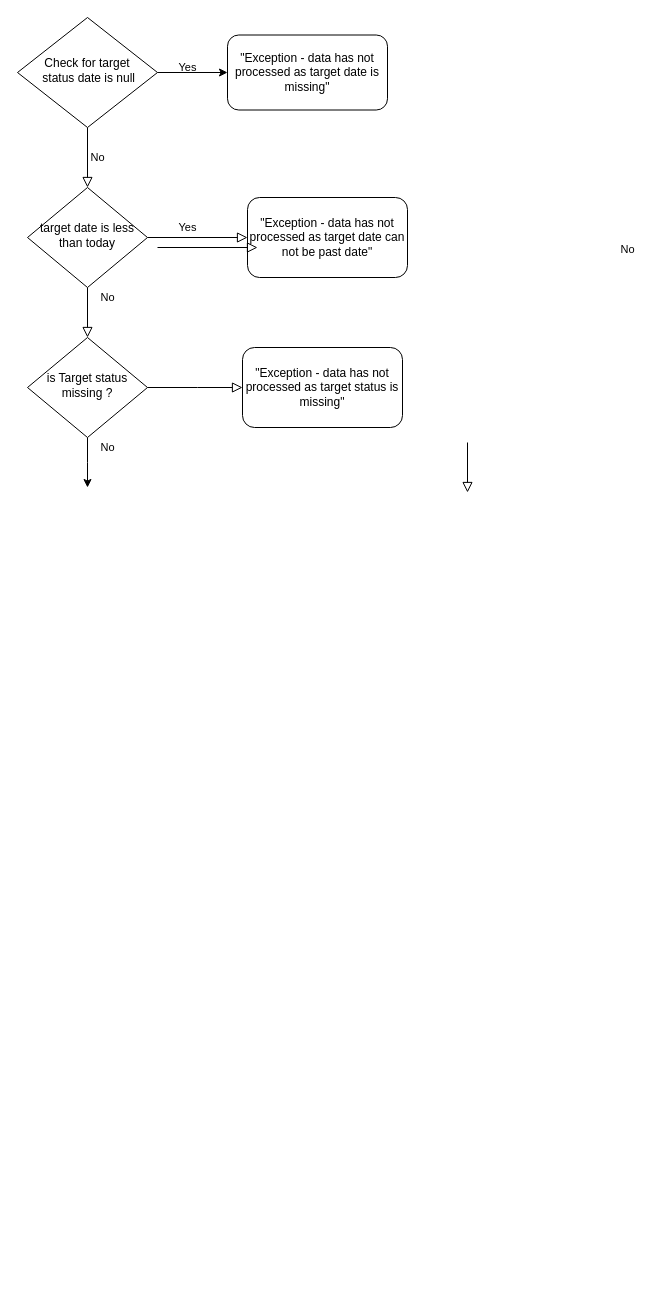
This is Contract_backlog.drawio from pkochar263/Sending-Emails-to-multiple-people, a draw.io file, before an edit. Source tidied: cells renumbered, new cells numbered last; positions are measured from the earlier drawing's top-left corner, leaving out a move shared by most shapes. Both pictures are drawn from the tidied source at 100%, with x=0, y=0 at pixel (17, 17).
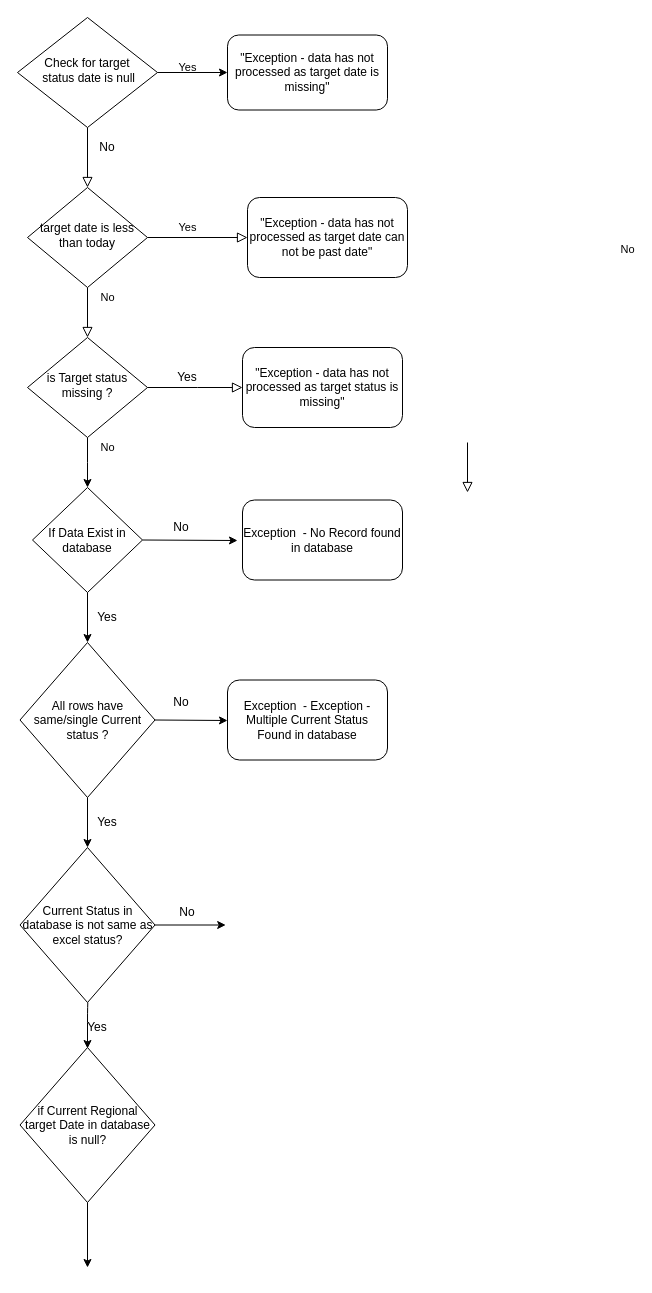
The same page after the edit.

Unchanged cells that the change refers to:
```xml
<mxCell id="11" value="is Target status missing ?" style="rhombus;whiteSpace=wrap;html=1;shadow=0;fontFamily=Helvetica;fontSize=12;align=center;strokeWidth=1;spacing=6;spacingTop=-4;" parent="1" vertex="1">
  <mxGeometry x="10" y="320" width="120" height="100" as="geometry" />
</mxCell>
<mxCell id="14" value="&quot;Exception - data has not processed as target status is missing&quot;" style="rounded=1;whiteSpace=wrap;html=1;fontSize=12;glass=0;strokeWidth=1;shadow=0;" parent="1" vertex="1">
  <mxGeometry x="225" y="330" width="160" height="80" as="geometry" />
</mxCell>
```

Change to the diagram source:
```diff
@@
+    <mxCell id="15" value="No" style="rounded=0;html=1;jettySize=auto;orthogonalLoop=1;fontSize=11;endArrow=block;endFill=0;endSize=8;strokeWidth=1;shadow=0;labelBackgroundColor=none;edgeStyle=orthogonalEdgeStyle;entryX=0.5;entryY=0;entryDx=0;entryDy=0;" parent="1" edge="1">
+      <mxGeometry x="0.08" y="272" relative="1" as="geometry">
+        <mxPoint x="450" y="425" as="sourcePoint" />
+        <mxPoint x="450" y="475" as="targetPoint" />
+        <mxPoint x="-112" y="-220" as="offset" />
+      </mxGeometry>
+    </mxCell>
@@
-    <mxCell id="10" style="edgeStyle=orthogonalEdgeStyle;rounded=0;jettySize=auto;html=1;" parent="1" edge="1" source="11">
-      <mxGeometry relative="1" as="geometry">
-        <mxPoint x="70" y="470" as="targetPoint" />
-      </mxGeometry>
-    </mxCell>
+    <mxCell id="17" style="edgeStyle=orthogonalEdgeStyle;rounded=0;jettySize=auto;html=1;" parent="1" edge="1" source="11">
+      <mxGeometry relative="1" as="geometry">
+        <mxPoint x="70" y="470" as="targetPoint" />
+      </mxGeometry>
+    </mxCell>
@@
-    <mxCell id="13" value="No" style="edgeStyle=orthogonalEdgeStyle;rounded=0;html=1;jettySize=auto;fontSize=11;endArrow=block;endFill=0;endSize=8;strokeWidth=1;shadow=0;labelBackgroundColor=none;" parent="1" edge="1" target="14">
-      <mxGeometry x="-1" y="-72" relative="1" as="geometry">
-        <mxPoint x="130" y="370" as="sourcePoint" />
-        <Array as="points">
-          <mxPoint x="180" y="370" />
-          <mxPoint x="180" y="370" />
-        </Array>
-        <mxPoint x="-40" y="-12" as="offset" />
-      </mxGeometry>
-    </mxCell>
+    <mxCell id="18" value="No" style="edgeStyle=orthogonalEdgeStyle;rounded=0;html=1;jettySize=auto;fontSize=11;endArrow=block;endFill=0;endSize=8;strokeWidth=1;shadow=0;labelBackgroundColor=none;" parent="1" edge="1" target="14">
+      <mxGeometry x="-1" y="-72" relative="1" as="geometry">
+        <mxPoint x="130" y="370" as="sourcePoint" />
+        <Array as="points">
+          <mxPoint x="180" y="370" />
+          <mxPoint x="180" y="370" />
+        </Array>
+        <mxPoint x="-40" y="-12" as="offset" />
+      </mxGeometry>
+    </mxCell>
@@
-    <mxCell id="15" value="No" style="rounded=0;html=1;jettySize=auto;orthogonalLoop=1;fontSize=11;endArrow=block;endFill=0;endSize=8;strokeWidth=1;shadow=0;labelBackgroundColor=none;edgeStyle=orthogonalEdgeStyle;entryX=0.5;entryY=0;entryDx=0;entryDy=0;" parent="1" edge="1">
-      <mxGeometry x="0.08" y="272" relative="1" as="geometry">
-        <mxPoint x="450" y="425" as="sourcePoint" />
-        <mxPoint x="450" y="475" as="targetPoint" />
-        <mxPoint x="-112" y="-220" as="offset" />
-      </mxGeometry>
-    </mxCell>
-    <mxCell id="16" value="No" style="edgeStyle=orthogonalEdgeStyle;rounded=0;jettySize=auto;orthogonalLoop=1;fontSize=11;endArrow=block;endFill=0;endSize=8;strokeWidth=1;shadow=0;labelBackgroundColor=none;html=1;" parent="1" edge="1">
-      <mxGeometry x="-1" y="108" relative="1" as="geometry">
-        <mxPoint x="140" y="230" as="sourcePoint" />
-        <mxPoint x="240" y="230" as="targetPoint" />
-        <mxPoint x="-60" y="18" as="offset" />
-      </mxGeometry>
-    </mxCell>
+    <mxCell id="19" value="No" style="text;html=1;strokeColor=none;fillColor=none;align=center;verticalAlign=middle;whiteSpace=wrap;rounded=0;" parent="1" vertex="1">
+      <mxGeometry x="70" y="120" width="40" height="20" as="geometry" />
+    </mxCell>
+    <mxCell id="20" value="Yes" style="text;html=1;strokeColor=none;fillColor=none;align=center;verticalAlign=middle;whiteSpace=wrap;rounded=0;" parent="1" vertex="1">
+      <mxGeometry x="150" y="350" width="40" height="20" as="geometry" />
+    </mxCell>
+    <mxCell id="21" value="If Data Exist in database" style="rhombus;whiteSpace=wrap;html=1;" parent="1" vertex="1">
+      <mxGeometry x="15" y="470" width="110" height="105" as="geometry" />
+    </mxCell>
+    <mxCell id="22" style="endArrow=classic;html=1;exitX=1;exitY=0.5;exitDx=0;exitDy=0;" parent="1" edge="1" source="21">
+      <mxGeometry relative="1" as="geometry">
+        <mxPoint x="220" y="523" as="targetPoint" />
+      </mxGeometry>
+    </mxCell>
+    <mxCell id="23" value="No" style="text;html=1;strokeColor=none;fillColor=none;align=center;verticalAlign=middle;whiteSpace=wrap;rounded=0;" parent="1" vertex="1">
+      <mxGeometry x="144" y="500" width="40" height="20" as="geometry" />
+    </mxCell>
+    <mxCell id="24" value="Exception&amp;nbsp; - No Record found in database" style="rounded=1;whiteSpace=wrap;html=1;fontSize=12;glass=0;strokeWidth=1;shadow=0;" parent="1" vertex="1">
+      <mxGeometry x="225" y="482.5" width="160" height="80" as="geometry" />
+    </mxCell>
+    <mxCell id="25" value="Yes" style="text;html=1;strokeColor=none;fillColor=none;align=center;verticalAlign=middle;whiteSpace=wrap;rounded=0;" parent="1" vertex="1">
+      <mxGeometry x="70" y="575" width="40" height="50" as="geometry" />
+    </mxCell>
+    <mxCell id="26" style="endArrow=classic;html=1;exitX=0;exitY=0;exitDx=0;exitDy=0;entryX=0;entryY=1;entryDx=0;entryDy=0;" parent="1" edge="1" source="25" target="25">
+      <mxGeometry relative="1" as="geometry" />
+    </mxCell>
+    <mxCell id="27" value="All rows have same/single Current status ?" style="rhombus;whiteSpace=wrap;html=1;" parent="1" vertex="1">
+      <mxGeometry x="2.5" y="625" width="135" height="155" as="geometry" />
+    </mxCell>
+    <mxCell id="28" value="No" style="text;html=1;strokeColor=none;fillColor=none;align=center;verticalAlign=middle;whiteSpace=wrap;rounded=0;" parent="1" vertex="1">
+      <mxGeometry x="144" y="670" width="40" height="30" as="geometry" />
+    </mxCell>
+    <mxCell id="29" style="endArrow=classic;html=1;exitX=1;exitY=0.5;exitDx=0;exitDy=0;" parent="1" edge="1" source="27">
+      <mxGeometry relative="1" as="geometry">
+        <mxPoint x="210" y="703" as="targetPoint" />
+      </mxGeometry>
+    </mxCell>
+    <mxCell id="30" style="endArrow=classic;html=1;exitX=0.5;exitY=1;exitDx=0;exitDy=0;" parent="1" edge="1" source="27">
+      <mxGeometry relative="1" as="geometry">
+        <mxPoint x="70" y="830" as="targetPoint" />
+      </mxGeometry>
+    </mxCell>
+    <mxCell id="31" value="Exception&amp;nbsp; - Exception - Multiple Current Status Found in database" style="rounded=1;whiteSpace=wrap;html=1;fontSize=12;glass=0;strokeWidth=1;shadow=0;" parent="1" vertex="1">
+      <mxGeometry x="210" y="662.5" width="160" height="80" as="geometry" />
+    </mxCell>
+    <mxCell id="32" value="Yes" style="text;html=1;strokeColor=none;fillColor=none;align=center;verticalAlign=middle;whiteSpace=wrap;rounded=0;" parent="1" vertex="1">
+      <mxGeometry x="70" y="780" width="40" height="50" as="geometry" />
+    </mxCell>
+    <mxCell id="33" value="Current Status in database is not same as excel status?" style="rhombus;whiteSpace=wrap;html=1;" parent="1" vertex="1">
+      <mxGeometry x="2.5" y="830" width="135" height="155" as="geometry" />
+    </mxCell>
+    <mxCell id="34" style="endArrow=classic;html=1;" parent="1" edge="1" source="33">
+      <mxGeometry relative="1" as="geometry">
+        <mxPoint x="208.2" y="907.5" as="targetPoint" />
+      </mxGeometry>
+    </mxCell>
+    <mxCell id="35" style="endArrow=classic;html=1;" parent="1" edge="1">
+      <mxGeometry relative="1" as="geometry">
+        <mxPoint x="70.3" y="985" as="sourcePoint" />
+        <mxPoint x="70" y="1031" as="targetPoint" />
+        <Array as="points">
+          <mxPoint x="70" y="995" />
+        </Array>
+      </mxGeometry>
+    </mxCell>
+    <mxCell id="36" value="Yes" style="text;html=1;strokeColor=none;fillColor=none;align=center;verticalAlign=middle;whiteSpace=wrap;rounded=0;" parent="1" vertex="1">
+      <mxGeometry x="60" y="985" width="40" height="50" as="geometry" />
+    </mxCell>
+    <mxCell id="37" value="No" style="text;html=1;strokeColor=none;fillColor=none;align=center;verticalAlign=middle;whiteSpace=wrap;rounded=0;" parent="1" vertex="1">
+      <mxGeometry x="150" y="880" width="40" height="30" as="geometry" />
+    </mxCell>
+    <mxCell id="38" value="if Current Regional target Date in database is null?" style="rhombus;whiteSpace=wrap;html=1;" parent="1" vertex="1">
+      <mxGeometry x="2.5" y="1030" width="135" height="155" as="geometry" />
+    </mxCell>
+    <mxCell id="39" style="endArrow=classic;html=1;exitX=0.5;exitY=1;exitDx=0;exitDy=0;" parent="1" edge="1" source="38">
+      <mxGeometry relative="1" as="geometry">
+        <mxPoint x="70" y="1250" as="targetPoint" />
+      </mxGeometry>
+    </mxCell>
```
